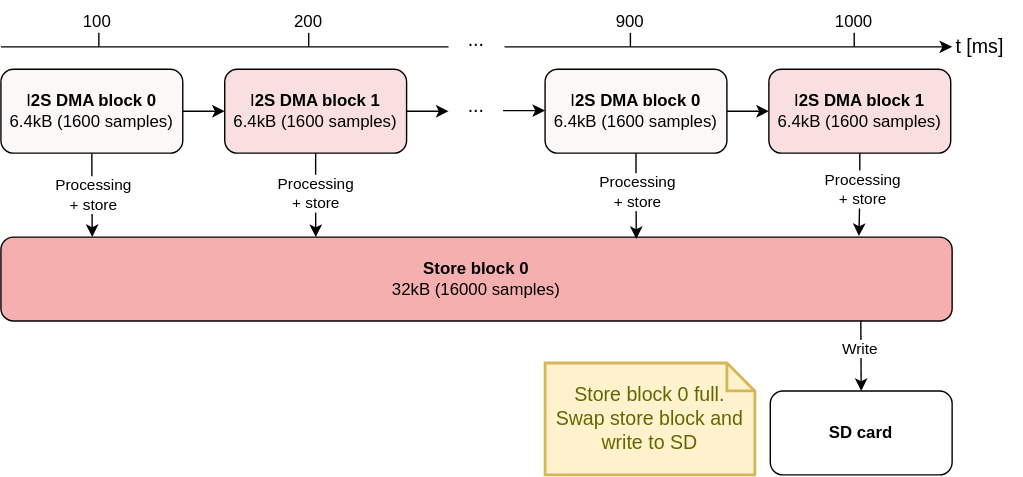
Earlier version of the draw.io export 01-Report/diagram/data-flow.drawio.svg (DrinkDark/Master_TM_DataCollar). Source tidied: cells renumbered, new cells last; positions are measured from the earlier drawing's top-left corner, leaving out a move shared by most shapes.
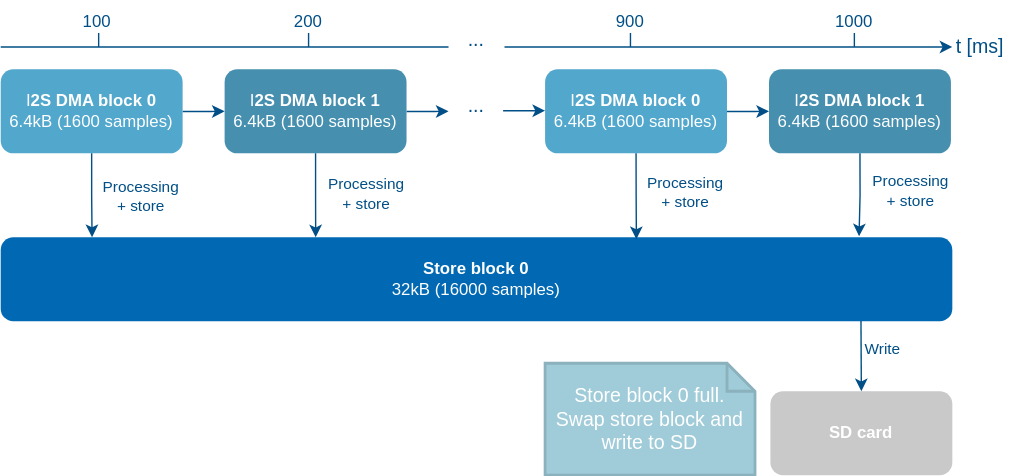
The same diagram one commit later.

Diff of the diagram source:
```diff
@@ -2,137 +2,143 @@
   <root>
     <mxCell id="0" />
     <mxCell id="1" parent="0" />
-    <mxCell id="2" style="edgeStyle=orthogonalEdgeStyle;rounded=0;jettySize=auto;html=1;" parent="1" edge="1" source="3">
+    <mxCell id="2" style="edgeStyle=orthogonalEdgeStyle;rounded=0;jettySize=auto;html=1;strokeColor=#014F86;" parent="1" edge="1" source="3">
       <mxGeometry relative="1" as="geometry">
         <mxPoint x="160" y="79" as="targetPoint" />
       </mxGeometry>
     </mxCell>
-    <mxCell id="3" value="I&lt;b&gt;2S DMA block 0&lt;/b&gt;&lt;br&gt;6.4kB (1600 samples)" style="rounded=1;whiteSpace=wrap;html=1;fillColor=#FCF8F8;" parent="1" vertex="1">
+    <mxCell id="3" value="I&lt;b&gt;2S DMA block 0&lt;/b&gt;&lt;br&gt;6.4kB (1600 samples)" style="rounded=1;whiteSpace=wrap;html=1;fillColor=#52A7CC;strokeColor=none;fontColor=#FFFFFF;" parent="1" vertex="1">
       <mxGeometry y="49" width="130" height="60" as="geometry" />
     </mxCell>
-    <mxCell id="4" style="edgeStyle=orthogonalEdgeStyle;rounded=0;jettySize=auto;html=1;" parent="1" edge="1" source="5">
+    <mxCell id="4" style="edgeStyle=orthogonalEdgeStyle;rounded=0;jettySize=auto;html=1;strokeColor=#014F86;" parent="1" edge="1" source="5">
       <mxGeometry relative="1" as="geometry">
         <mxPoint x="320" y="79" as="targetPoint" />
       </mxGeometry>
     </mxCell>
-    <mxCell id="5" value="I&lt;b&gt;2S DMA block 1&lt;/b&gt;&lt;br&gt;6.4kB (1600 samples)" style="rounded=1;whiteSpace=wrap;html=1;fillColor=#F9DFDF;" parent="1" vertex="1">
+    <mxCell id="5" value="I&lt;b&gt;2S DMA block 1&lt;/b&gt;&lt;br&gt;6.4kB (1600 samples)" style="rounded=1;whiteSpace=wrap;html=1;fillColor=#468FAF;fontColor=#FFFFFF;strokeColor=none;" parent="1" vertex="1">
       <mxGeometry x="160" y="49" width="130" height="60" as="geometry" />
     </mxCell>
-    <mxCell id="6" style="edgeStyle=orthogonalEdgeStyle;rounded=0;jettySize=auto;html=1;" parent="1" edge="1" source="7">
+    <mxCell id="6" style="edgeStyle=orthogonalEdgeStyle;rounded=0;jettySize=auto;html=1;labelBackgroundColor=none;strokeColor=#014F86;" parent="1" edge="1" source="7">
       <mxGeometry relative="1" as="geometry">
         <mxPoint x="549" y="79" as="targetPoint" />
       </mxGeometry>
     </mxCell>
-    <mxCell id="7" value="I&lt;b&gt;2S DMA block 0&lt;/b&gt;&lt;br&gt;6.4kB (1600 samples)" style="rounded=1;whiteSpace=wrap;html=1;fillColor=#FCF8F8;" parent="1" vertex="1">
+    <mxCell id="7" value="I&lt;b&gt;2S DMA block 0&lt;/b&gt;&lt;br&gt;6.4kB (1600 samples)" style="rounded=1;whiteSpace=wrap;html=1;fillColor=#52A7CC;strokeColor=none;fontColor=#FFFFFF;" parent="1" vertex="1">
       <mxGeometry x="389" y="49" width="130" height="60" as="geometry" />
     </mxCell>
-    <mxCell id="8" value="I&lt;b&gt;2S DMA block 1&lt;/b&gt;&lt;br&gt;6.4kB (1600 samples)" style="rounded=1;whiteSpace=wrap;html=1;fillColor=#F9DFDF;" parent="1" vertex="1">
+    <mxCell id="8" value="I&lt;b&gt;2S DMA block 1&lt;/b&gt;&lt;br&gt;6.4kB (1600 samples)" style="rounded=1;whiteSpace=wrap;html=1;fillColor=#468FAF;fontColor=#FFFFFF;strokeColor=none;" parent="1" vertex="1">
       <mxGeometry x="549" y="49" width="130" height="60" as="geometry" />
     </mxCell>
-    <mxCell id="9" style="edgeStyle=orthogonalEdgeStyle;rounded=0;orthogonalLoop=1;jettySize=auto;html=1;" parent="1" edge="1">
+    <mxCell id="9" style="edgeStyle=orthogonalEdgeStyle;rounded=0;orthogonalLoop=1;jettySize=auto;html=1;strokeColor=#014F86;" parent="1" edge="1">
       <mxGeometry relative="1" as="geometry">
         <mxPoint x="359" y="78.6" as="sourcePoint" />
         <mxPoint x="389" y="78.6" as="targetPoint" />
       </mxGeometry>
     </mxCell>
-    <mxCell id="10" value="&lt;font style=&quot;font-size: 14px;&quot;&gt;...&lt;/font&gt;" style="text;html=1;align=center;verticalAlign=middle;whiteSpace=wrap;rounded=0;" parent="1" vertex="1">
+    <mxCell id="10" value="&lt;font style=&quot;font-size: 14px;&quot;&gt;...&lt;/font&gt;" style="text;html=1;align=center;verticalAlign=middle;whiteSpace=wrap;rounded=0;strokeColor=none;fontColor=#014F86;" parent="1" vertex="1">
       <mxGeometry x="310" y="60" width="60" height="30" as="geometry" />
     </mxCell>
-    <mxCell id="11" value="&lt;b&gt;Store block 0&lt;/b&gt;&lt;br&gt;32kB (16000 samples)" style="rounded=1;whiteSpace=wrap;html=1;fillColor=#F5AFAF;" parent="1" vertex="1">
+    <mxCell id="11" value="&lt;b&gt;Store block 0&lt;/b&gt;&lt;br&gt;32kB (16000 samples)" style="rounded=1;whiteSpace=wrap;html=1;fillColor=#0169B3;strokeColor=none;fontColor=#FFFFFF;" parent="1" vertex="1">
       <mxGeometry y="169" width="680" height="60" as="geometry" />
     </mxCell>
-    <mxCell id="12" style="edgeStyle=orthogonalEdgeStyle;rounded=0;jettySize=auto;html=1;exitX=0.5;exitY=1;exitDx=0;exitDy=0;entryX=0.096;entryY=-0.002;entryDx=0;entryDy=0;entryPerimeter=0;" parent="1" edge="1" source="3" target="11">
+    <mxCell id="12" style="edgeStyle=orthogonalEdgeStyle;rounded=0;jettySize=auto;html=1;exitX=0.5;exitY=1;exitDx=0;exitDy=0;entryX=0.096;entryY=-0.002;entryDx=0;entryDy=0;entryPerimeter=0;strokeColor=#014F86;labelBackgroundColor=none;fontColor=#014F86;" parent="1" edge="1" source="3" target="11">
       <mxGeometry relative="1" as="geometry" />
     </mxCell>
-    <mxCell id="13" value="Processing &lt;br&gt;+ store" style="edgeLabel;html=1;align=center;verticalAlign=middle;" parent="12" vertex="1">
+    <mxCell id="13" value="Processing &lt;br&gt;+ store" style="edgeLabel;html=1;align=center;verticalAlign=middle;labelBackgroundColor=none;fontColor=#014F86;" parent="12" vertex="1">
       <mxGeometry x="-0.2" relative="1" as="geometry">
-        <mxPoint y="6" as="offset" />
+        <mxPoint x="34" y="6" as="offset" />
       </mxGeometry>
     </mxCell>
-    <mxCell id="14" style="edgeStyle=orthogonalEdgeStyle;rounded=0;jettySize=auto;html=1;exitX=0.5;exitY=1;exitDx=0;exitDy=0;entryX=0.331;entryY=0;entryDx=0;entryDy=0;entryPerimeter=0;" parent="1" edge="1" source="5" target="11">
+    <mxCell id="14" style="edgeStyle=orthogonalEdgeStyle;rounded=0;jettySize=auto;html=1;exitX=0.5;exitY=1;exitDx=0;exitDy=0;entryX=0.331;entryY=0;entryDx=0;entryDy=0;entryPerimeter=0;strokeColor=#014F86;labelBackgroundColor=none;fontColor=#014F86;" parent="1" edge="1" source="5" target="11">
       <mxGeometry relative="1" as="geometry" />
     </mxCell>
-    <mxCell id="15" value="&lt;span style=&quot;color: rgb(0, 0, 0); font-family: Helvetica; font-size: 11px; font-style: normal; font-variant-ligatures: normal; font-variant-caps: normal; font-weight: 400; letter-spacing: normal; orphans: 2; text-align: center; text-indent: 0px; text-transform: none; widows: 2; word-spacing: 0px; -webkit-text-stroke-width: 0px; white-space: nowrap; background-color: rgb(255, 255, 255); text-decoration-thickness: initial; text-decoration-style: initial; text-decoration-color: initial; display: inline !important; float: none;&quot;&gt;Processing &lt;br&gt;+ store&lt;/span&gt;" style="edgeLabel;html=1;align=center;verticalAlign=middle;" parent="14" vertex="1">
-      <mxGeometry x="-0.06" y="-1" relative="1" as="geometry" />
+    <mxCell id="15" value="&lt;span style=&quot;font-family: Helvetica; font-size: 11px; font-style: normal; font-variant-ligatures: normal; font-variant-caps: normal; font-weight: 400; letter-spacing: normal; orphans: 2; text-align: center; text-indent: 0px; text-transform: none; widows: 2; word-spacing: 0px; -webkit-text-stroke-width: 0px; white-space: nowrap; text-decoration-thickness: initial; text-decoration-style: initial; text-decoration-color: initial; float: none; display: inline !important;&quot;&gt;Processing &lt;br&gt;+ store&lt;/span&gt;" style="edgeLabel;html=1;align=center;verticalAlign=middle;labelBackgroundColor=none;fontColor=#014F86;" parent="14" vertex="1">
+      <mxGeometry x="-0.06" y="-1" relative="1" as="geometry">
+        <mxPoint x="36" as="offset" />
+      </mxGeometry>
     </mxCell>
-    <mxCell id="16" style="edgeStyle=orthogonalEdgeStyle;rounded=0;jettySize=auto;html=1;exitX=0.5;exitY=1;exitDx=0;exitDy=0;entryX=0.668;entryY=0.022;entryDx=0;entryDy=0;entryPerimeter=0;" parent="1" edge="1" source="7" target="11">
+    <mxCell id="16" style="edgeStyle=orthogonalEdgeStyle;rounded=0;jettySize=auto;html=1;exitX=0.5;exitY=1;exitDx=0;exitDy=0;entryX=0.668;entryY=0.022;entryDx=0;entryDy=0;entryPerimeter=0;strokeColor=#014F86;labelBackgroundColor=none;fontColor=#014F86;" parent="1" edge="1" source="7" target="11">
       <mxGeometry relative="1" as="geometry" />
     </mxCell>
-    <mxCell id="17" value="&lt;span style=&quot;color: rgb(0, 0, 0); font-family: Helvetica; font-size: 11px; font-style: normal; font-variant-ligatures: normal; font-variant-caps: normal; font-weight: 400; letter-spacing: normal; orphans: 2; text-align: center; text-indent: 0px; text-transform: none; widows: 2; word-spacing: 0px; -webkit-text-stroke-width: 0px; white-space: nowrap; background-color: rgb(255, 255, 255); text-decoration-thickness: initial; text-decoration-style: initial; text-decoration-color: initial; display: inline !important; float: none;&quot;&gt;Processing &lt;br&gt;+ store&lt;/span&gt;" style="edgeLabel;html=1;align=center;verticalAlign=middle;" parent="16" vertex="1">
+    <mxCell id="17" value="&lt;span style=&quot;font-family: Helvetica; font-size: 11px; font-style: normal; font-variant-ligatures: normal; font-variant-caps: normal; font-weight: 400; letter-spacing: normal; orphans: 2; text-align: center; text-indent: 0px; text-transform: none; widows: 2; word-spacing: 0px; -webkit-text-stroke-width: 0px; white-space: nowrap; text-decoration-thickness: initial; text-decoration-style: initial; text-decoration-color: initial; float: none; display: inline !important;&quot;&gt;Processing &lt;br&gt;+ store&lt;/span&gt;" style="edgeLabel;html=1;align=center;verticalAlign=middle;labelBackgroundColor=none;fontColor=#014F86;" parent="16" vertex="1">
       <mxGeometry x="-0.08" relative="1" as="geometry">
-        <mxPoint y="-1" as="offset" />
+        <mxPoint x="34" y="-1" as="offset" />
       </mxGeometry>
     </mxCell>
-    <mxCell id="18" style="edgeStyle=orthogonalEdgeStyle;rounded=0;jettySize=auto;html=1;exitX=0.5;exitY=1;exitDx=0;exitDy=0;entryX=0.902;entryY=-0.013;entryDx=0;entryDy=0;entryPerimeter=0;" parent="1" edge="1" source="8" target="11">
+    <mxCell id="18" style="edgeStyle=orthogonalEdgeStyle;rounded=0;jettySize=auto;html=1;exitX=0.5;exitY=1;exitDx=0;exitDy=0;entryX=0.902;entryY=-0.013;entryDx=0;entryDy=0;entryPerimeter=0;strokeColor=#014F86;labelBackgroundColor=none;fontColor=#014F86;" parent="1" edge="1" source="8" target="11">
       <mxGeometry relative="1" as="geometry" />
     </mxCell>
-    <mxCell id="19" value="&lt;span style=&quot;color: rgb(0, 0, 0); font-family: Helvetica; font-size: 11px; font-style: normal; font-variant-ligatures: normal; font-variant-caps: normal; font-weight: 400; letter-spacing: normal; orphans: 2; text-align: center; text-indent: 0px; text-transform: none; widows: 2; word-spacing: 0px; -webkit-text-stroke-width: 0px; white-space: nowrap; background-color: rgb(255, 255, 255); text-decoration-thickness: initial; text-decoration-style: initial; text-decoration-color: initial; display: inline !important; float: none;&quot;&gt;Processing &lt;br&gt;+ store&lt;/span&gt;" style="edgeLabel;html=1;align=center;verticalAlign=middle;" parent="18" vertex="1">
-      <mxGeometry x="-0.12" y="1" relative="1" as="geometry" />
+    <mxCell id="19" value="&lt;span style=&quot;font-family: Helvetica; font-size: 11px; font-style: normal; font-variant-ligatures: normal; font-variant-caps: normal; font-weight: 400; letter-spacing: normal; orphans: 2; text-align: center; text-indent: 0px; text-transform: none; widows: 2; word-spacing: 0px; -webkit-text-stroke-width: 0px; white-space: nowrap; text-decoration-thickness: initial; text-decoration-style: initial; text-decoration-color: initial; float: none; display: inline !important;&quot;&gt;Processing &lt;br&gt;+ store&lt;/span&gt;" style="edgeLabel;html=1;align=center;verticalAlign=middle;labelBackgroundColor=none;fontColor=#014F86;" parent="18" vertex="1">
+      <mxGeometry x="-0.12" y="1" relative="1" as="geometry">
+        <mxPoint x="34" as="offset" />
+      </mxGeometry>
     </mxCell>
-    <mxCell id="20" style="endArrow=none;html=1;rounded=0;" parent="1" edge="1">
+    <mxCell id="20" style="endArrow=none;html=1;rounded=0;strokeColor=#014F86;labelBackgroundColor=none;fontColor=#014F86;" parent="1" edge="1">
       <mxGeometry relative="1" as="geometry">
         <mxPoint x="70" y="23" as="sourcePoint" />
         <mxPoint x="70" y="33" as="targetPoint" />
       </mxGeometry>
     </mxCell>
-    <mxCell id="21" style="endArrow=none;html=1;rounded=0;" parent="1" edge="1">
+    <mxCell id="21" style="endArrow=none;html=1;rounded=0;strokeColor=#014F86;labelBackgroundColor=none;fontColor=#014F86;" parent="1" edge="1">
       <mxGeometry relative="1" as="geometry">
         <mxPoint x="220" y="23" as="sourcePoint" />
         <mxPoint x="220" y="33" as="targetPoint" />
       </mxGeometry>
     </mxCell>
-    <mxCell id="22" style="endArrow=none;html=1;rounded=0;" parent="1" edge="1">
+    <mxCell id="22" style="endArrow=none;html=1;rounded=0;strokeColor=#014F86;labelBackgroundColor=none;fontColor=#014F86;" parent="1" edge="1">
       <mxGeometry relative="1" as="geometry">
         <mxPoint x="450" y="33" as="sourcePoint" />
         <mxPoint x="450" y="23" as="targetPoint" />
       </mxGeometry>
     </mxCell>
-    <mxCell id="23" style="endArrow=none;html=1;rounded=0;" parent="1" edge="1">
+    <mxCell id="23" style="endArrow=none;html=1;rounded=0;strokeColor=#014F86;labelBackgroundColor=none;fontColor=#014F86;" parent="1" edge="1">
       <mxGeometry relative="1" as="geometry">
         <mxPoint x="610" y="33" as="sourcePoint" />
         <mxPoint x="610" y="23" as="targetPoint" />
       </mxGeometry>
     </mxCell>
-    <mxCell id="24" style="endArrow=none;html=1;rounded=0;" parent="1" edge="1">
+    <mxCell id="24" style="endArrow=none;html=1;rounded=0;strokeColor=#014F86;labelBackgroundColor=none;fontColor=#014F86;" parent="1" edge="1">
       <mxGeometry relative="1" as="geometry">
         <mxPoint y="33" as="sourcePoint" />
         <mxPoint x="320" y="33" as="targetPoint" />
       </mxGeometry>
     </mxCell>
-    <mxCell id="25" style="endArrow=classic;html=1;rounded=0;" parent="1" edge="1">
+    <mxCell id="25" style="endArrow=classic;html=1;rounded=0;strokeColor=#014F86;labelBackgroundColor=none;fontColor=#014F86;" parent="1" edge="1">
       <mxGeometry relative="1" as="geometry">
         <mxPoint x="360" y="33" as="sourcePoint" />
         <mxPoint x="680" y="33" as="targetPoint" />
       </mxGeometry>
     </mxCell>
-    <mxCell id="26" value="&lt;font style=&quot;font-size: 14px;&quot;&gt;...&lt;/font&gt;" style="text;html=1;align=center;verticalAlign=middle;whiteSpace=wrap;rounded=0;" parent="1" vertex="1">
+    <mxCell id="26" value="&lt;font style=&quot;font-size: 14px;&quot;&gt;...&lt;/font&gt;" style="text;html=1;align=center;verticalAlign=middle;whiteSpace=wrap;rounded=0;strokeColor=none;labelBackgroundColor=none;fontColor=#014F86;" parent="1" vertex="1">
       <mxGeometry x="310" y="13" width="60" height="30" as="geometry" />
     </mxCell>
-    <mxCell id="27" value="&lt;font style=&quot;font-size: 14px;&quot;&gt;t [ms]&lt;/font&gt;" style="text;html=1;align=center;verticalAlign=middle;whiteSpace=wrap;rounded=0;" parent="1" vertex="1">
+    <mxCell id="27" value="&lt;font style=&quot;font-size: 14px;&quot;&gt;t [ms]&lt;/font&gt;" style="text;html=1;align=center;verticalAlign=middle;whiteSpace=wrap;rounded=0;fontColor=#014F86;" parent="1" vertex="1">
       <mxGeometry x="670" y="18" width="60" height="30" as="geometry" />
     </mxCell>
-    <mxCell id="28" value="100" style="text;html=1;align=center;verticalAlign=middle;whiteSpace=wrap;rounded=0;" parent="1" vertex="1">
+    <mxCell id="28" value="100" style="text;html=1;align=center;verticalAlign=middle;whiteSpace=wrap;rounded=0;strokeColor=none;labelBackgroundColor=none;fontColor=#014F86;" parent="1" vertex="1">
       <mxGeometry x="39" width="60" height="30" as="geometry" />
     </mxCell>
-    <mxCell id="29" value="200" style="text;html=1;align=center;verticalAlign=middle;whiteSpace=wrap;rounded=0;" parent="1" vertex="1">
+    <mxCell id="29" value="200" style="text;html=1;align=center;verticalAlign=middle;whiteSpace=wrap;rounded=0;strokeColor=none;labelBackgroundColor=none;fontColor=#014F86;" parent="1" vertex="1">
       <mxGeometry x="190" width="60" height="30" as="geometry" />
     </mxCell>
-    <mxCell id="30" value="900" style="text;html=1;align=center;verticalAlign=middle;whiteSpace=wrap;rounded=0;" parent="1" vertex="1">
+    <mxCell id="30" value="900" style="text;html=1;align=center;verticalAlign=middle;whiteSpace=wrap;rounded=0;strokeColor=none;labelBackgroundColor=none;fontColor=#014F86;" parent="1" vertex="1">
       <mxGeometry x="420" width="60" height="30" as="geometry" />
     </mxCell>
-    <mxCell id="31" value="1000" style="text;html=1;align=center;verticalAlign=middle;whiteSpace=wrap;rounded=0;" parent="1" vertex="1">
+    <mxCell id="31" value="1000" style="text;html=1;align=center;verticalAlign=middle;whiteSpace=wrap;rounded=0;strokeColor=none;labelBackgroundColor=none;fontColor=#014F86;" parent="1" vertex="1">
       <mxGeometry x="580" width="60" height="30" as="geometry" />
     </mxCell>
-    <mxCell id="32" value="&lt;b&gt;SD card&lt;/b&gt;" style="rounded=1;whiteSpace=wrap;html=1;fillColor=#FFFFFF;" parent="1" vertex="1">
+    <mxCell id="32" value="&lt;b&gt;SD card&lt;/b&gt;" style="rounded=1;whiteSpace=wrap;html=1;fillColor=#C9C9C9;strokeColor=none;fontColor=#FFFFFF;" parent="1" vertex="1">
       <mxGeometry x="550" y="279" width="130" height="60" as="geometry" />
     </mxCell>
-    <mxCell id="33" style="endArrow=classic;html=1;rounded=0;exitX=0.904;exitY=0.994;exitDx=0;exitDy=0;exitPerimeter=0;entryX=0.5;entryY=0;entryDx=0;entryDy=0;" parent="1" edge="1" source="11" target="32">
+    <mxCell id="33" style="endArrow=classic;html=1;rounded=0;exitX=0.904;exitY=0.994;exitDx=0;exitDy=0;exitPerimeter=0;entryX=0.5;entryY=0;entryDx=0;entryDy=0;strokeColor=#014F86;labelBackgroundColor=none;fontColor=#014F86;" parent="1" edge="1" source="11" target="32">
       <mxGeometry relative="1" as="geometry" />
     </mxCell>
-    <mxCell id="34" value="Write" style="edgeLabel;html=1;align=center;verticalAlign=middle;" parent="33" vertex="1">
-      <mxGeometry x="-0.2" y="-1" relative="1" as="geometry" />
+    <mxCell id="34" value="&lt;font color=&quot;#014f86&quot;&gt;Write&lt;/font&gt;" style="edgeLabel;html=1;align=center;verticalAlign=middle;labelBackgroundColor=none;" parent="33" vertex="1">
+      <mxGeometry x="-0.2" y="-1" relative="1" as="geometry">
+        <mxPoint x="16" as="offset" />
+      </mxGeometry>
     </mxCell>
-    <mxCell id="35" value="Store block 0 full.&lt;br&gt;Swap store block and write to SD" style="shape=note;strokeWidth=2;fontSize=14;size=20;whiteSpace=wrap;html=1;fillColor=#fff2cc;strokeColor=#d6b656;fontColor=#666600;" parent="1" vertex="1">
+    <mxCell id="35" value="Store block 0 full.&lt;br&gt;Swap store block and write to SD" style="shape=note;strokeWidth=2;fontSize=14;size=20;whiteSpace=wrap;html=1;fillColor=#A0CBD9;strokeColor=#8BB1BD;fontColor=#FFFFFF;" parent="1" vertex="1">
       <mxGeometry x="389" y="259" width="150" height="80" as="geometry" />
     </mxCell>
   </root>
```
